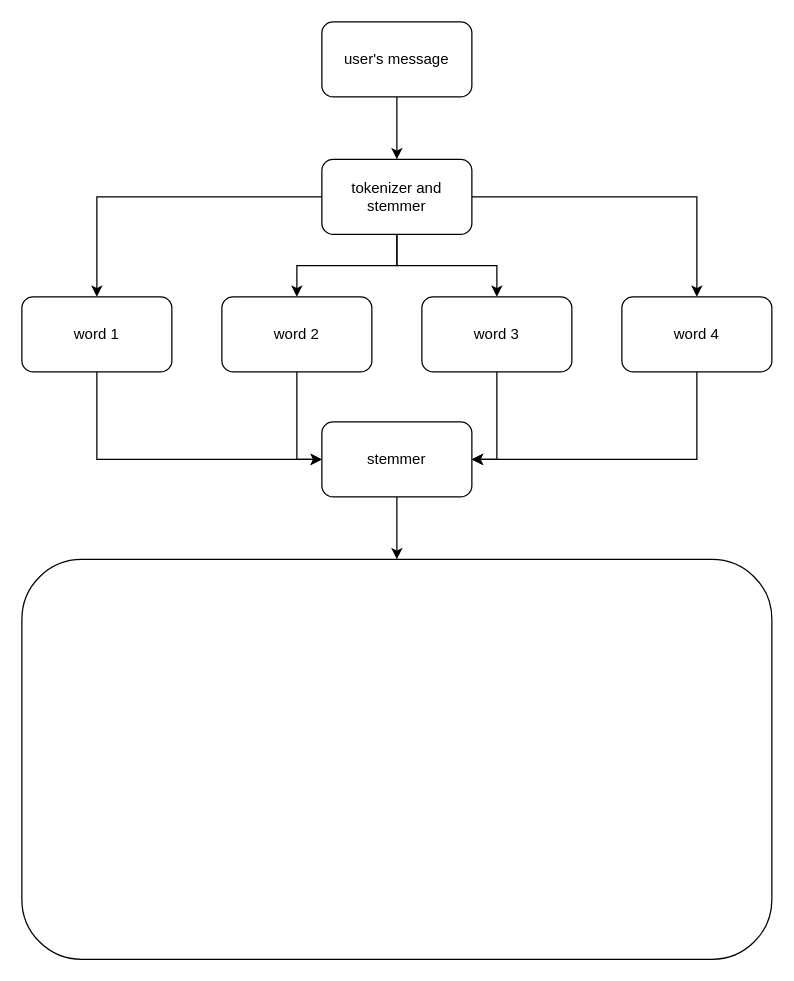
Above: annie_nlp.drawio in Grrom/draw_io_stuff (draw.io), before the change. Source tidied: cells renumbered, new cells numbered last; positions are measured from the earlier drawing's top-left corner, leaving out a move shared by most shapes. Both pictures are drawn from the tidied source at 125%, with x=0, y=0 at pixel (21, 21).
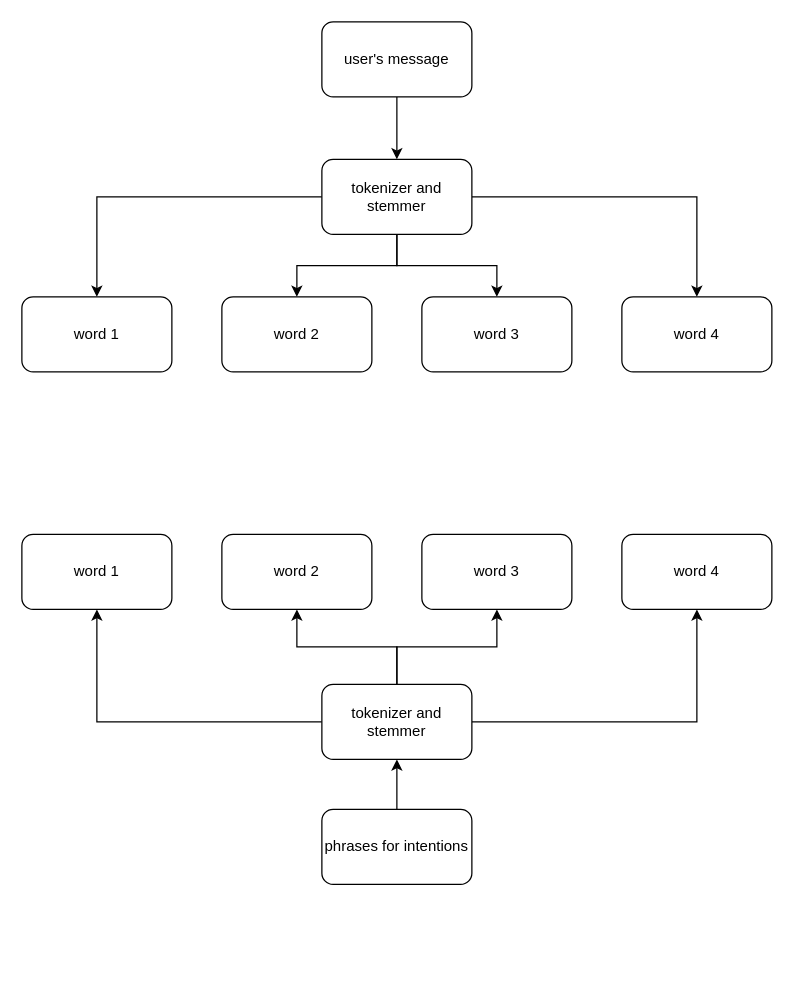
After the change.

The change refers to these unchanged cells:
```xml
<mxCell id="12" value="word 1" style="rounded=1;whiteSpace=wrap;html=1;" parent="1" vertex="1">
  <mxGeometry y="220" width="120" height="60" as="geometry" />
</mxCell>
<mxCell id="14" value="word 2" style="rounded=1;whiteSpace=wrap;html=1;" parent="1" vertex="1">
  <mxGeometry x="160" y="220" width="120" height="60" as="geometry" />
</mxCell>
<mxCell id="16" value="word 3" style="rounded=1;whiteSpace=wrap;html=1;" parent="1" vertex="1">
  <mxGeometry x="320" y="220" width="120" height="60" as="geometry" />
</mxCell>
<mxCell id="18" value="word 4" style="rounded=1;whiteSpace=wrap;html=1;" parent="1" vertex="1">
  <mxGeometry x="480" y="220" width="120" height="60" as="geometry" />
</mxCell>
```

The edit, as a diff of the source:
```diff
@@
-    <mxCell id="9" style="edgeStyle=orthogonalEdgeStyle;rounded=0;jettySize=auto;html=1;entryX=0.5;entryY=0;entryDx=0;entryDy=0;" parent="1" edge="1" source="10" target="19">
-      <mxGeometry relative="1" as="geometry" />
-    </mxCell>
-    <mxCell id="10" value="stemmer" style="rounded=1;whiteSpace=wrap;html=1;" parent="1" vertex="1">
-      <mxGeometry x="240" y="320" width="120" height="60" as="geometry" />
-    </mxCell>
-    <mxCell id="11" style="edgeStyle=orthogonalEdgeStyle;rounded=0;jettySize=auto;html=1;entryX=0;entryY=0.5;entryDx=0;entryDy=0;" parent="1" edge="1" source="12" target="10">
-      <mxGeometry relative="1" as="geometry">
-        <Array as="points">
-          <mxPoint x="60" y="350" />
-        </Array>
-      </mxGeometry>
-    </mxCell>
@@
-    <mxCell id="13" style="edgeStyle=orthogonalEdgeStyle;rounded=0;jettySize=auto;html=1;entryX=0;entryY=0.5;entryDx=0;entryDy=0;" parent="1" edge="1" source="14" target="10">
-      <mxGeometry relative="1" as="geometry" />
-    </mxCell>
@@
-    <mxCell id="15" style="edgeStyle=orthogonalEdgeStyle;rounded=0;jettySize=auto;html=1;entryX=1;entryY=0.5;entryDx=0;entryDy=0;" parent="1" edge="1" source="16" target="10">
-      <mxGeometry relative="1" as="geometry" />
-    </mxCell>
@@
-    <mxCell id="17" style="edgeStyle=orthogonalEdgeStyle;rounded=0;jettySize=auto;html=1;entryX=1;entryY=0.5;entryDx=0;entryDy=0;" parent="1" edge="1" source="18" target="10">
-      <mxGeometry relative="1" as="geometry">
-        <Array as="points">
-          <mxPoint x="540" y="350" />
-        </Array>
-      </mxGeometry>
-    </mxCell>
@@
-    <mxCell id="19" style="rounded=1;whiteSpace=wrap;html=1;" parent="1" vertex="1">
-      <mxGeometry y="430" width="600" height="320" as="geometry" />
-    </mxCell>
+    <mxCell id="20" style="edgeStyle=orthogonalEdgeStyle;rounded=0;jettySize=auto;html=1;entryX=0.5;entryY=1;entryDx=0;entryDy=0;" parent="1" edge="1" source="21" target="26">
+      <mxGeometry relative="1" as="geometry" />
+    </mxCell>
+    <mxCell id="21" value="phrases for intentions" style="rounded=1;whiteSpace=wrap;html=1;" parent="1" vertex="1">
+      <mxGeometry x="240" y="630" width="120" height="60" as="geometry" />
+    </mxCell>
+    <mxCell id="22" style="edgeStyle=orthogonalEdgeStyle;rounded=0;jettySize=auto;html=1;" parent="1" edge="1" source="26" target="28">
+      <mxGeometry relative="1" as="geometry" />
+    </mxCell>
+    <mxCell id="23" style="edgeStyle=orthogonalEdgeStyle;rounded=0;jettySize=auto;html=1;" parent="1" edge="1" source="26" target="29">
+      <mxGeometry relative="1" as="geometry" />
+    </mxCell>
+    <mxCell id="24" style="edgeStyle=orthogonalEdgeStyle;rounded=0;jettySize=auto;html=1;" parent="1" edge="1" source="26" target="30">
+      <mxGeometry relative="1" as="geometry" />
+    </mxCell>
+    <mxCell id="25" style="edgeStyle=orthogonalEdgeStyle;rounded=0;jettySize=auto;html=1;" parent="1" edge="1" source="26" target="27">
+      <mxGeometry relative="1" as="geometry" />
+    </mxCell>
+    <mxCell id="26" value="tokenizer and stemmer" style="rounded=1;whiteSpace=wrap;html=1;" parent="1" vertex="1">
+      <mxGeometry x="240" y="530" width="120" height="60" as="geometry" />
+    </mxCell>
+    <mxCell id="27" value="word 1" style="rounded=1;whiteSpace=wrap;html=1;" parent="1" vertex="1">
+      <mxGeometry y="410" width="120" height="60" as="geometry" />
+    </mxCell>
+    <mxCell id="28" value="word 2" style="rounded=1;whiteSpace=wrap;html=1;" parent="1" vertex="1">
+      <mxGeometry x="160" y="410" width="120" height="60" as="geometry" />
+    </mxCell>
+    <mxCell id="29" value="word 3" style="rounded=1;whiteSpace=wrap;html=1;" parent="1" vertex="1">
+      <mxGeometry x="320" y="410" width="120" height="60" as="geometry" />
+    </mxCell>
+    <mxCell id="30" value="word 4" style="rounded=1;whiteSpace=wrap;html=1;" parent="1" vertex="1">
+      <mxGeometry x="480" y="410" width="120" height="60" as="geometry" />
+    </mxCell>
```
